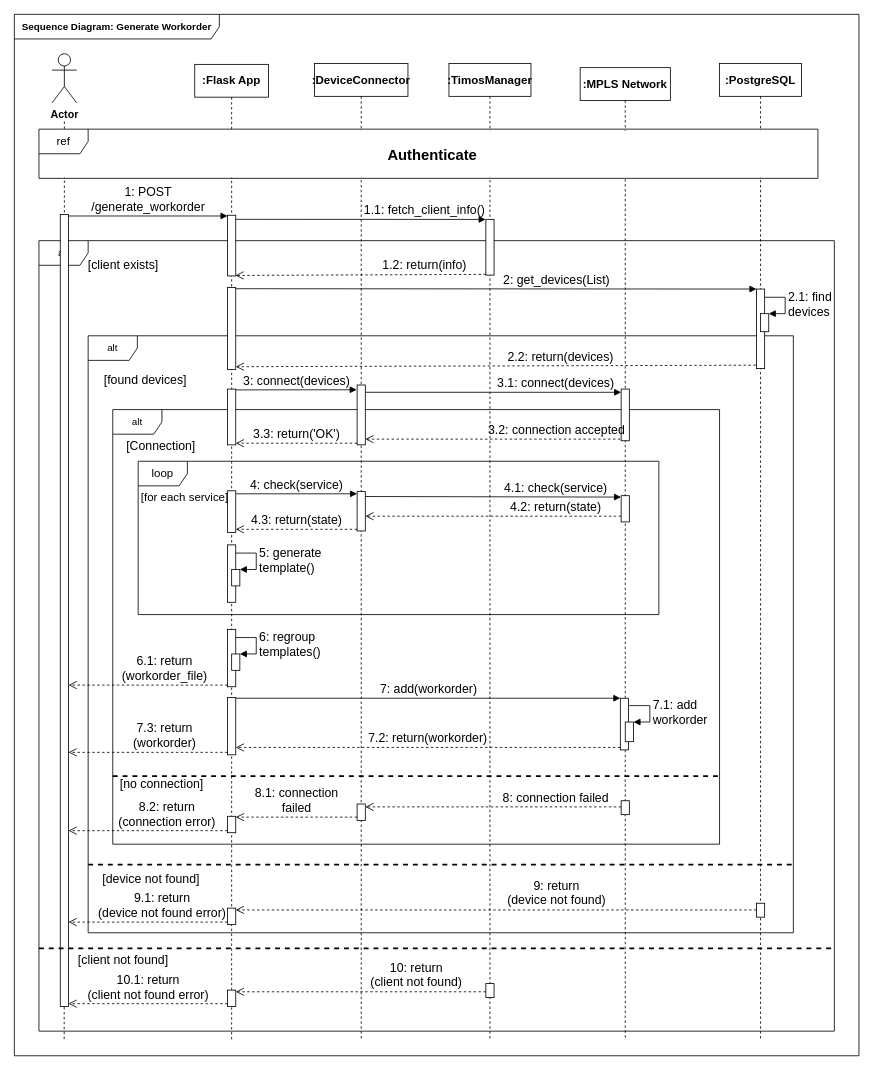
Earlier version of the draw.io diagram sequence_generate_workorder.drawio (DrXneaky/Diagram). Source tidied: cells renumbered, new cells numbered last; positions are measured from the earlier drawing's top-left corner, leaving out a move shared by most shapes. Both pictures are drawn from the tidied source at 82%, with x=0, y=0 at pixel (14, 14).
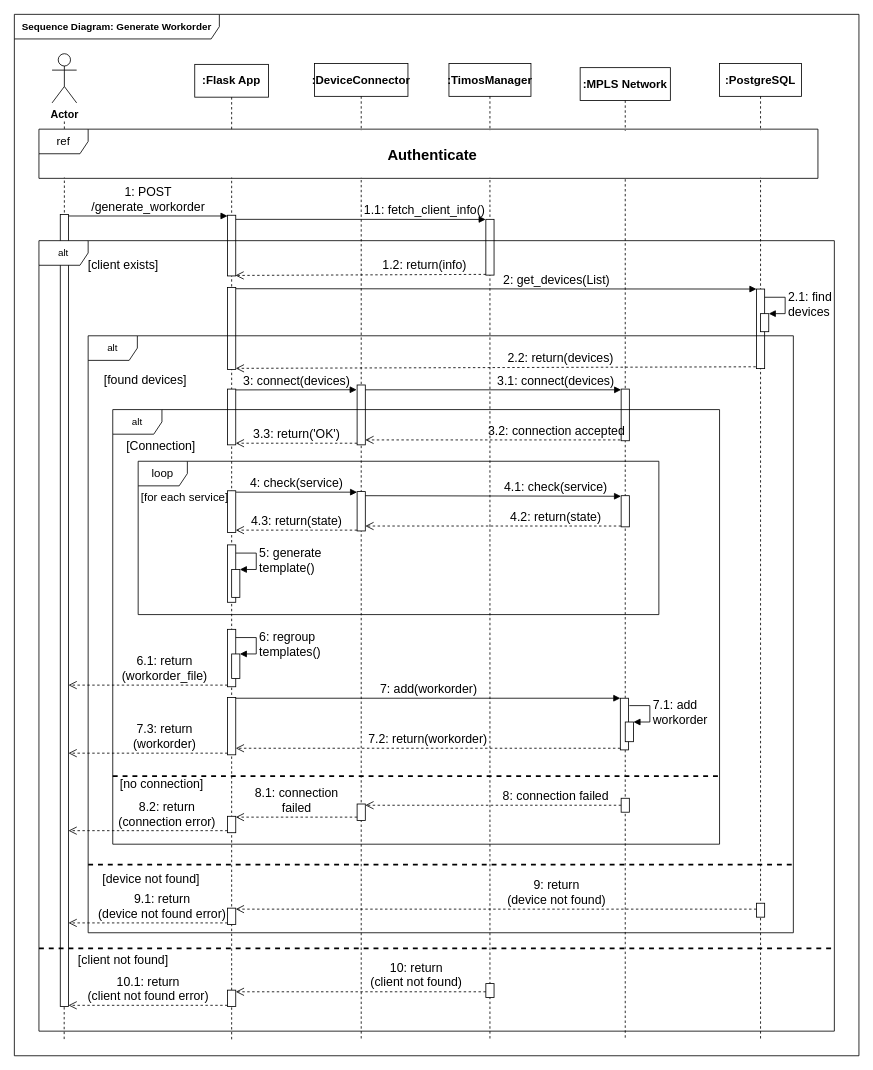
After the change.

Unchanged cells that the change refers to:
```xml
<mxCell id="7" value="&lt;font face=&quot;Old Standard TT&quot; size=&quot;1&quot;&gt;&lt;b style=&quot;font-size: 14px&quot;&gt;:DeviceConnector&lt;/b&gt;&lt;/font&gt;" style="shape=umlLifeline;perimeter=lifelinePerimeter;whiteSpace=wrap;html=1;" parent="1" vertex="1">
  <mxGeometry x="366" y="60" width="114" height="1190" as="geometry" />
</mxCell>
<mxCell id="9" style="html=1;points=[];perimeter=orthogonalPerimeter;fontFamily=Old Standard TT;fontSize=14;" parent="7" vertex="1">
  <mxGeometry x="52" y="392" width="10" height="73" as="geometry" />
</mxCell>
<mxCell id="10" style="html=1;points=[];perimeter=orthogonalPerimeter;strokeWidth=1;fontFamily=Old Standard TT;fontSize=14;" parent="7" vertex="1">
  <mxGeometry x="52" y="522" width="10" height="48" as="geometry" />
</mxCell>
<mxCell id="18" style="html=1;points=[];perimeter=orthogonalPerimeter;" parent="17" vertex="1">
  <mxGeometry x="45" y="275" width="10" height="97" as="geometry" />
</mxCell>
<mxCell id="24" value="&lt;font face=&quot;Old Standard TT&quot; size=&quot;1&quot;&gt;&lt;b style=&quot;font-size: 14px&quot;&gt;:MPLS Network&lt;/b&gt;&lt;/font&gt;" style="shape=umlLifeline;perimeter=lifelinePerimeter;whiteSpace=wrap;html=1;" parent="1" vertex="1">
  <mxGeometry x="690" y="65" width="110" height="1185" as="geometry" />
</mxCell>
<mxCell id="25" style="html=1;points=[];perimeter=orthogonalPerimeter;fontFamily=Old Standard TT;fontSize=14;" parent="24" vertex="1">
  <mxGeometry x="50" y="392" width="10" height="63" as="geometry" />
</mxCell>
<mxCell id="44" value="&lt;font face=&quot;Old Standard TT&quot; size=&quot;1&quot;&gt;&lt;b style=&quot;font-size: 14px&quot;&gt;:Flask App&lt;/b&gt;&lt;/font&gt;" style="shape=umlLifeline;perimeter=lifelinePerimeter;whiteSpace=wrap;html=1;" parent="1" vertex="1">
  <mxGeometry x="220" y="61" width="90" height="1190" as="geometry" />
</mxCell>
<mxCell id="47" style="html=1;points=[];perimeter=orthogonalPerimeter;" parent="44" vertex="1">
  <mxGeometry x="40" y="272" width="10" height="100" as="geometry" />
</mxCell>
<mxCell id="54" style="html=1;points=[];perimeter=orthogonalPerimeter;strokeWidth=1;fontFamily=Old Standard TT;fontSize=14;" parent="44" vertex="1">
  <mxGeometry x="40" y="772" width="10" height="70" as="geometry" />
</mxCell>
```

Change to the diagram source:
```diff
@@
-    <mxCell id="2" value="alt" style="shape=umlFrame;whiteSpace=wrap;html=1;" parent="1" vertex="1">
-      <mxGeometry x="120" y="482" width="740" height="530" as="geometry" />
-    </mxCell>
-    <mxCell id="3" value="alt" style="shape=umlFrame;whiteSpace=wrap;html=1;" parent="1" vertex="1">
-      <mxGeometry x="90" y="392" width="860" height="728" as="geometry" />
-    </mxCell>
@@
-    <mxCell id="5" value="alt" style="shape=umlFrame;whiteSpace=wrap;html=1;" parent="1" vertex="1">
-      <mxGeometry x="30" y="276" width="970" height="964" as="geometry" />
-    </mxCell>
@@
     <mxCell id="12" value="&lt;font style=&quot;font-size: 15px&quot;&gt;4: check(service)&lt;/font&gt;" style="html=1;verticalAlign=bottom;endArrow=block;entryX=-0.045;entryY=0.011;labelBackgroundColor=none;fontFamily=Old Standard TT;fontSize=14;entryDx=0;entryDy=0;entryPerimeter=0;" parent="7" edge="1">
       <mxGeometry relative="1" as="geometry">
-        <mxPoint x="-95.6" y="524.7" as="sourcePoint" />
-        <mxPoint x="52" y="524.7" as="targetPoint" />
+        <mxPoint x="-95.6" y="522.7" as="sourcePoint" />
+        <mxPoint x="52" y="522.7" as="targetPoint" />
       </mxGeometry>
     </mxCell>
     <mxCell id="13" value="&lt;font style=&quot;font-size: 15px&quot;&gt;4.1: check(service)&lt;/font&gt;" style="html=1;verticalAlign=bottom;endArrow=block;entryX=0;entryY=0;labelBackgroundColor=none;fontFamily=Old Standard TT;fontSize=14;exitX=1.007;exitY=0.07;exitDx=0;exitDy=0;exitPerimeter=0;" parent="7" edge="1">
       <mxGeometry x="0.49" relative="1" as="geometry">
-        <mxPoint x="62" y="528" as="sourcePoint" />
-        <mxPoint x="373.9" y="528.7" as="targetPoint" />
+        <mxPoint x="62" y="527" as="sourcePoint" />
+        <mxPoint x="373.9" y="527.7" as="targetPoint" />
       </mxGeometry>
     </mxCell>
-    <mxCell id="14" value="&lt;font style=&quot;font-size: 15px&quot;&gt;4.2: return(state)&lt;/font&gt;" style="html=1;verticalAlign=bottom;endArrow=open;dashed=1;endSize=8;exitX=0;exitY=0.95;labelBackgroundColor=none;fontFamily=Old Standard TT;fontSize=14;" parent="7" edge="1" target="10">
+    <mxCell id="14" value="&lt;font style=&quot;font-size: 15px&quot;&gt;4.2: return(state)&lt;/font&gt;" style="html=1;verticalAlign=bottom;endArrow=open;dashed=1;endSize=8;exitX=0;exitY=0.95;labelBackgroundColor=none;fontFamily=Old Standard TT;fontSize=14;" parent="7" edge="1">
       <mxGeometry x="-0.49" relative="1" as="geometry">
-        <mxPoint x="374" y="552" as="sourcePoint" />
+        <mxPoint x="374" y="564" as="sourcePoint" />
+        <mxPoint x="62" y="564" as="targetPoint" />
       </mxGeometry>
     </mxCell>
     <mxCell id="15" value="&lt;font style=&quot;font-size: 15px&quot;&gt;4.3: return(state)&lt;/font&gt;" style="html=1;verticalAlign=bottom;endArrow=open;dashed=1;endSize=8;labelBackgroundColor=none;fontFamily=Old Standard TT;fontSize=14;" parent="7" edge="1">
       <mxGeometry relative="1" as="geometry">
-        <mxPoint x="52" y="568" as="sourcePoint" />
-        <mxPoint x="-96" y="568" as="targetPoint" />
+        <mxPoint x="52" y="569" as="sourcePoint" />
+        <mxPoint x="-96" y="569" as="targetPoint" />
       </mxGeometry>
     </mxCell>
@@
-    <mxCell id="26" value="&lt;font style=&quot;font-size: 15px&quot;&gt;3.2: connection accepted&lt;/font&gt;" style="html=1;verticalAlign=bottom;endArrow=open;dashed=1;endSize=8;exitX=0;exitY=0.95;labelBackgroundColor=none;fontFamily=Old Standard TT;fontSize=14;" parent="24" edge="1" target="9">
+    <mxCell id="26" value="&lt;font style=&quot;font-size: 15px&quot;&gt;3.2: connection accepted&lt;/font&gt;" style="html=1;verticalAlign=bottom;endArrow=open;dashed=1;endSize=8;exitX=0;exitY=0.95;labelBackgroundColor=none;fontFamily=Old Standard TT;fontSize=14;" parent="24" edge="1">
       <mxGeometry x="-0.5" relative="1" as="geometry">
-        <mxPoint x="49" y="453" as="sourcePoint" />
+        <mxPoint x="49" y="454" as="sourcePoint" />
+        <mxPoint x="-262" y="454" as="targetPoint" />
       </mxGeometry>
     </mxCell>
     <mxCell id="27" style="html=1;perimeter=orthogonalPerimeter;strokeWidth=1;fontFamily=Old Standard TT;fontSize=14;" parent="24" vertex="1">
-      <mxGeometry x="50" y="522" width="10" height="32" as="geometry" />
+      <mxGeometry x="50" y="522" width="10" height="38" as="geometry" />
     </mxCell>
     <mxCell id="28" style="html=1;perimeter=orthogonalPerimeter;strokeWidth=1;fontFamily=Old Standard TT;fontSize=14;" parent="24" vertex="1">
-      <mxGeometry x="50" y="894" width="10" height="17" as="geometry" />
+      <mxGeometry x="50" y="891" width="10" height="17" as="geometry" />
     </mxCell>
@@
-    <mxCell id="30" value="&lt;font style=&quot;font-size: 15px&quot;&gt;7.2: return(workorder)&lt;/font&gt;" style="html=1;verticalAlign=bottom;endArrow=open;dashed=1;endSize=8;exitX=0;exitY=0.95;labelBackgroundColor=none;fontFamily=Old Standard TT;fontSize=14;" parent="24" edge="1" target="54">
+    <mxCell id="30" value="&lt;font style=&quot;font-size: 15px&quot;&gt;7.2: return(workorder)&lt;/font&gt;" style="html=1;verticalAlign=bottom;endArrow=open;dashed=1;endSize=8;exitX=0;exitY=0.95;labelBackgroundColor=none;fontFamily=Old Standard TT;fontSize=14;" parent="24" edge="1">
       <mxGeometry relative="1" as="geometry">
-        <mxPoint x="49" y="829" as="sourcePoint" />
+        <mxPoint x="49" y="830" as="sourcePoint" />
+        <mxPoint x="-420" y="830" as="targetPoint" />
       </mxGeometry>
     </mxCell>
@@
-    <mxCell id="39" value="&lt;font style=&quot;font-size: 15px&quot; face=&quot;Old Standard TT&quot;&gt;2.2: return(devices)&lt;/font&gt;" style="html=1;verticalAlign=bottom;endArrow=open;dashed=1;endSize=8;labelBackgroundColor=none;exitX=-0.078;exitY=0.957;exitDx=0;exitDy=0;exitPerimeter=0;entryX=1;entryY=0.967;entryDx=0;entryDy=0;entryPerimeter=0;" parent="1" edge="1" source="18" target="47">
-      <mxGeometry x="-0.25" relative="1" as="geometry" />
+    <mxCell id="39" value="&lt;font style=&quot;font-size: 15px&quot; face=&quot;Old Standard TT&quot;&gt;2.2: return(devices)&lt;/font&gt;" style="html=1;verticalAlign=bottom;endArrow=open;dashed=1;endSize=8;labelBackgroundColor=none;exitX=-0.078;exitY=0.957;exitDx=0;exitDy=0;exitPerimeter=0;entryX=1;entryY=0.967;entryDx=0;entryDy=0;entryPerimeter=0;" parent="1" edge="1">
+      <mxGeometry x="-0.25" relative="1" as="geometry">
+        <mxPoint x="904.2" y="429.8" as="sourcePoint" />
+        <mxPoint x="270" y="431.7" as="targetPoint" />
+      </mxGeometry>
     </mxCell>
@@
-    <mxCell id="43" value="&lt;font style=&quot;font-size: 15px&quot;&gt;3.1: connect(devices)&lt;/font&gt;" style="html=1;verticalAlign=bottom;endArrow=block;labelBackgroundColor=none;fontFamily=Old Standard TT;fontSize=14;exitX=1.007;exitY=0.07;exitDx=0;exitDy=0;exitPerimeter=0;" parent="1" edge="1" target="25">
+    <mxCell id="43" value="&lt;font style=&quot;font-size: 15px&quot;&gt;3.1: connect(devices)&lt;/font&gt;" style="html=1;verticalAlign=bottom;endArrow=block;labelBackgroundColor=none;fontFamily=Old Standard TT;fontSize=14;exitX=1.007;exitY=0.07;exitDx=0;exitDy=0;exitPerimeter=0;" parent="1" edge="1">
       <mxGeometry x="0.49" relative="1" as="geometry">
-        <mxPoint x="428.1" y="460.9" as="sourcePoint" />
+        <mxPoint x="428.1" y="457.9" as="sourcePoint" />
+        <mxPoint x="740" y="457.9" as="targetPoint" />
       </mxGeometry>
     </mxCell>
@@
     <mxCell id="51" style="html=1;points=[];perimeter=orthogonalPerimeter;strokeWidth=1;fontFamily=Old Standard TT;fontSize=14;" parent="44" vertex="1">
-      <mxGeometry x="45" y="616" width="10" height="20" as="geometry" />
+      <mxGeometry x="45" y="616" width="10" height="34" as="geometry" />
     </mxCell>
@@
     <mxCell id="57" value="&lt;font style=&quot;font-size: 15px&quot;&gt;8: connection failed&lt;/font&gt;" style="html=1;verticalAlign=bottom;endArrow=open;dashed=1;endSize=8;labelBackgroundColor=none;fontFamily=Old Standard TT;fontSize=14;" parent="1" edge="1">
       <mxGeometry x="-0.49" relative="1" as="geometry">
-        <mxPoint x="740" y="966.5" as="sourcePoint" />
-        <mxPoint x="428" y="966.5" as="targetPoint" />
+        <mxPoint x="740" y="964.5" as="sourcePoint" />
+        <mxPoint x="428" y="964.5" as="targetPoint" />
       </mxGeometry>
     </mxCell>
@@
     <mxCell id="60" style="html=1;points=[];perimeter=orthogonalPerimeter;strokeWidth=1;fontFamily=Old Standard TT;fontSize=14;" parent="1" vertex="1">
-      <mxGeometry x="265" y="780" width="10" height="20" as="geometry" />
+      <mxGeometry x="265" y="780" width="10" height="30" as="geometry" />
     </mxCell>
@@
     <mxCell id="69" value="&lt;font style=&quot;font-size: 15px&quot;&gt;7.3: return &lt;br&gt;(workorder)&lt;/font&gt;" style="html=1;verticalAlign=bottom;endArrow=open;dashed=1;endSize=8;labelBackgroundColor=none;fontFamily=Old Standard TT;fontSize=14;" parent="1" edge="1">
       <mxGeometry x="-0.21" relative="1" as="geometry">
-        <mxPoint x="260" y="900" as="sourcePoint" />
-        <mxPoint x="66" y="900" as="targetPoint" />
+        <mxPoint x="260" y="901" as="sourcePoint" />
+        <mxPoint x="66" y="901" as="targetPoint" />
       </mxGeometry>
     </mxCell>
@@
     <mxCell id="72" value="&lt;font style=&quot;font-size: 15px&quot;&gt;9: return&lt;br&gt;(device not found)&lt;/font&gt;" style="html=1;verticalAlign=bottom;endArrow=open;dashed=1;endSize=8;labelBackgroundColor=none;fontFamily=Old Standard TT;fontSize=14;" parent="1" edge="1">
       <mxGeometry x="-0.23" relative="1" as="geometry">
-        <mxPoint x="905" y="1092.2" as="sourcePoint" />
-        <mxPoint x="270" y="1092.2" as="targetPoint" />
+        <mxPoint x="905" y="1091.2" as="sourcePoint" />
+        <mxPoint x="270" y="1091.2" as="targetPoint" />
       </mxGeometry>
     </mxCell>
     <mxCell id="73" value="&lt;font style=&quot;font-size: 15px&quot;&gt;9.1: return&lt;br&gt;(device not found error)&lt;/font&gt;" style="html=1;verticalAlign=bottom;endArrow=open;dashed=1;endSize=8;labelBackgroundColor=none;fontFamily=Old Standard TT;fontSize=14;" parent="1" edge="1">
       <mxGeometry x="-0.18" relative="1" as="geometry">
-        <mxPoint x="260" y="1107" as="sourcePoint" />
-        <mxPoint x="66" y="1107" as="targetPoint" />
+        <mxPoint x="260" y="1108" as="sourcePoint" />
+        <mxPoint x="66" y="1108" as="targetPoint" />
       </mxGeometry>
     </mxCell>
@@
     <mxCell id="77" value="&lt;font style=&quot;font-size: 15px&quot;&gt;10.1: return&lt;br&gt;(client not found error)&lt;/font&gt;" style="html=1;verticalAlign=bottom;endArrow=open;dashed=1;endSize=8;labelBackgroundColor=none;fontFamily=Old Standard TT;fontSize=14;" parent="1" edge="1">
       <mxGeometry relative="1" as="geometry">
-        <mxPoint x="260" y="1206.5" as="sourcePoint" />
-        <mxPoint x="66" y="1206.5" as="targetPoint" />
+        <mxPoint x="260" y="1208.5" as="sourcePoint" />
+        <mxPoint x="66" y="1208.5" as="targetPoint" />
       </mxGeometry>
     </mxCell>
@@
+    <mxCell id="2" value="alt" style="shape=umlFrame;whiteSpace=wrap;html=1;" parent="1" vertex="1">
+      <mxGeometry x="120" y="482" width="740" height="530" as="geometry" />
+    </mxCell>
+    <mxCell id="3" value="alt" style="shape=umlFrame;whiteSpace=wrap;html=1;" parent="1" vertex="1">
+      <mxGeometry x="90" y="392" width="860" height="728" as="geometry" />
+    </mxCell>
+    <mxCell id="5" value="alt" style="shape=umlFrame;whiteSpace=wrap;html=1;" parent="1" vertex="1">
+      <mxGeometry x="30" y="276" width="970" height="964" as="geometry" />
+    </mxCell>
```
